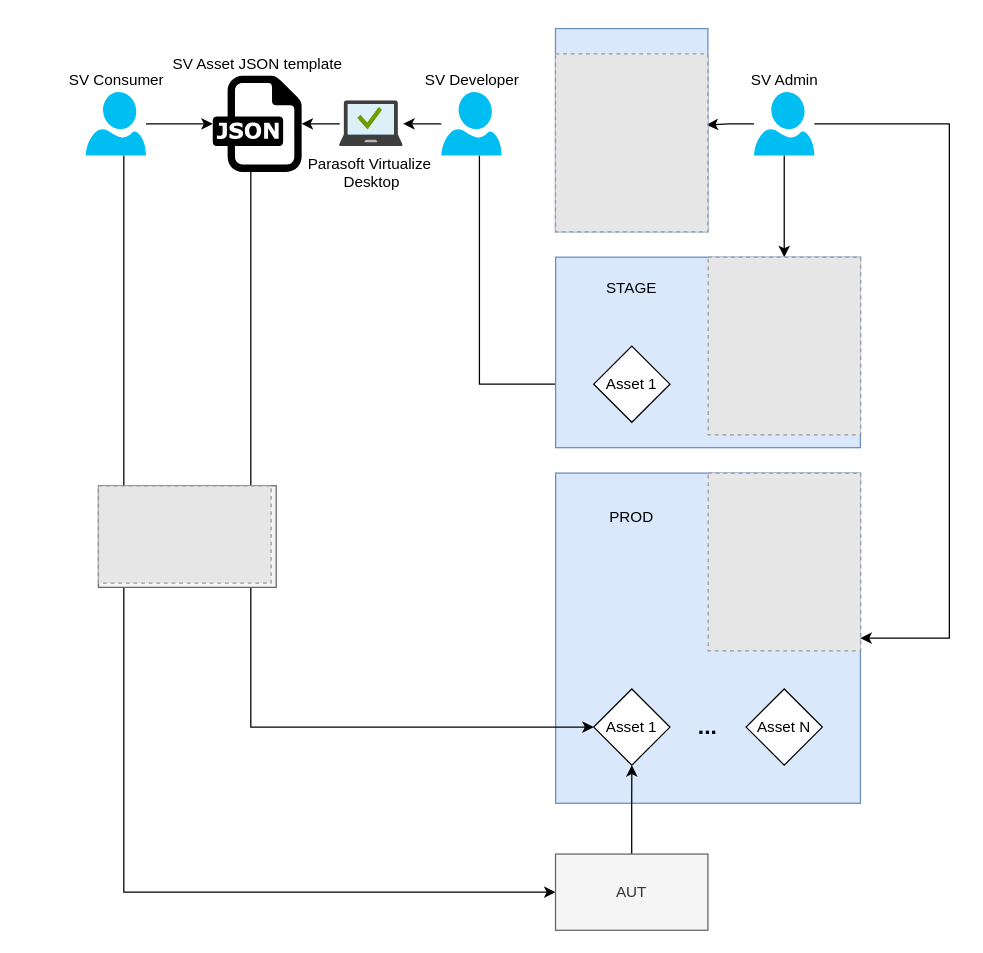
gtrofimov/draw-io-projects keeps this draw.io diagram as virt-decentrilized.drawio. Above is the earlier version. Source tidied: cells renumbered, new cells numbered last; positions are measured from the earlier drawing's top-left corner, leaving out a move shared by most shapes. Both pictures are drawn from the tidied source at 127%, with x=0, y=0 at pixel (85, 28). Pictures stored in the file or linked from it are replaced by grey dashed boxes.
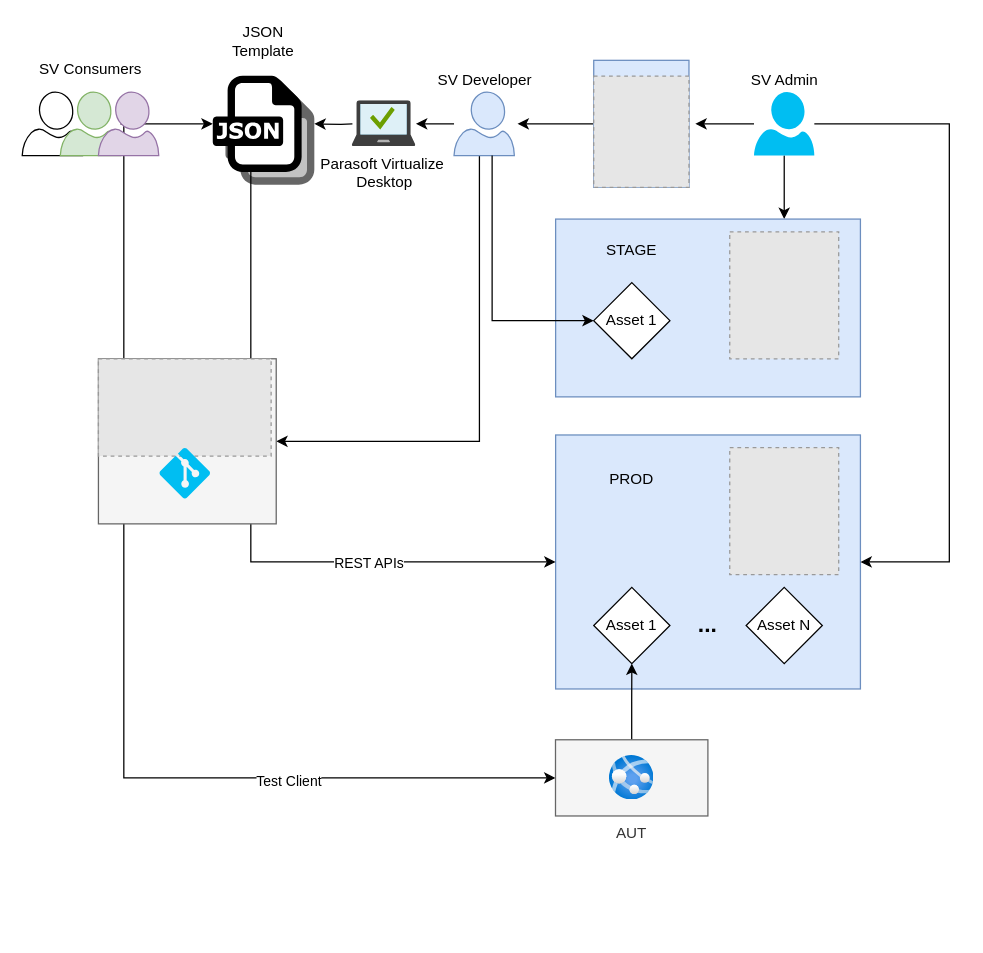
The same page after the edit.

The change refers to these unchanged cells:
```xml
<mxCell id="13" value="SV Admin" style="verticalLabelPosition=top;html=1;verticalAlign=bottom;align=center;strokeColor=none;fillColor=#00BEF2;shape=mxgraph.azure.user;labelPosition=center;" parent="1" vertex="1">
  <mxGeometry x="526.2" y="50" width="47.5" height="50" as="geometry" />
</mxCell>
```

Change to the diagram source:
```diff
@@
+    <mxCell id="34" style="dashed=0;html=1;align=center;labelPosition=center;verticalLabelPosition=top;verticalAlign=bottom;shape=mxgraph.weblogos.json;opacity=60;" parent="1" vertex="1">
+      <mxGeometry x="110" y="47.1" width="70" height="75.8" as="geometry" />
+    </mxCell>
     <mxCell id="2" style="rounded=0;whiteSpace=wrap;html=1;fillColor=#dae8fc;strokeColor=#6c8ebf;" parent="1" vertex="1">
-      <mxGeometry x="370" y="350" width="240" height="260" as="geometry" />
+      <mxGeometry x="370" y="320" width="240" height="200" as="geometry" />
     </mxCell>
-    <mxCell id="3" style="edgeStyle=orthogonalEdgeStyle;rounded=0;jettySize=auto;html=1;entryX=0;entryY=0.5;entryDx=0;entryDy=0;" parent="1" edge="1" target="19">
+    <mxCell id="3" style="edgeStyle=orthogonalEdgeStyle;rounded=0;jettySize=auto;html=1;entryX=0;entryY=0.5;entryDx=0;entryDy=0;" parent="1" edge="1" target="2">
       <mxGeometry relative="1" as="geometry">
-        <mxPoint x="130" y="112.9" as="sourcePoint" />
+        <mxPoint x="130" y="100" as="sourcePoint" />
         <Array as="points">
-          <mxPoint x="130" y="550" />
+          <mxPoint x="130" y="420" />
         </Array>
       </mxGeometry>
     </mxCell>
+    <mxCell id="35" value="REST APIs" style="edgeLabel;html=1;align=center;verticalAlign=middle;" parent="3" vertex="1">
+      <mxGeometry x="0.47" relative="1" as="geometry" />
+    </mxCell>
@@
     <mxCell id="5" style="edgeStyle=orthogonalEdgeStyle;rounded=0;jettySize=auto;html=1;entryX=0;entryY=0.5;entryDx=0;entryDy=0;" parent="1" edge="1" source="6" target="23">
       <mxGeometry relative="1" as="geometry">
         <Array as="points">
-          <mxPoint x="30" y="680" />
+          <mxPoint x="30" y="75" />
+          <mxPoint x="30" y="590" />
         </Array>
       </mxGeometry>
     </mxCell>
-    <mxCell id="6" value="SV Consumer" style="verticalLabelPosition=top;html=1;verticalAlign=bottom;align=center;strokeColor=none;fillColor=#00BEF2;shape=mxgraph.azure.user;labelPosition=center;" parent="1" vertex="1">
-      <mxGeometry y="50" width="47.5" height="50" as="geometry" />
-    </mxCell>
+    <mxCell id="36" value="Test Client" style="edgeLabel;html=1;align=center;verticalAlign=middle;" parent="5" vertex="1">
+      <mxGeometry x="0.51" y="-2" relative="1" as="geometry" />
+    </mxCell>
@@
-    <mxCell id="8" value="&lt;span style=&quot;background-color: initial;&quot;&gt;SV Asset JSON template&lt;/span&gt;" style="dashed=0;outlineConnect=0;html=1;align=center;labelPosition=center;verticalLabelPosition=top;verticalAlign=bottom;shape=mxgraph.weblogos.json;" parent="1" vertex="1">
+    <mxCell id="8" style="dashed=0;outlineConnect=0;html=1;align=center;labelPosition=center;verticalLabelPosition=top;verticalAlign=bottom;shape=mxgraph.weblogos.json;" parent="1" vertex="1">
       <mxGeometry x="100" y="37.1" width="70" height="75.8" as="geometry" />
     </mxCell>
     <mxCell id="9" style="fillColor=#E6E6E6;strokeColor=#999999;dashed=1;verticalLabelPosition=bottom;verticalAlign=top;" parent="1" vertex="1">
-      <mxGeometry x="490.1" y="350" width="120.1" height="140" as="geometry" />
+      <mxGeometry x="507.1" y="330" width="85.8" height="100" as="geometry" />
     </mxCell>
-    <mxCell id="10" style="edgeStyle=orthogonalEdgeStyle;rounded=0;jettySize=auto;html=1;entryX=0.992;entryY=0.399;entryDx=0;entryDy=0;entryPerimeter=0;" parent="1" edge="1" source="13" target="16">
-      <mxGeometry relative="1" as="geometry" />
-    </mxCell>
     <mxCell id="11" style="edgeStyle=orthogonalEdgeStyle;rounded=0;jettySize=auto;html=1;entryX=1;entryY=0.5;entryDx=0;entryDy=0;" parent="1" edge="1" source="13" target="2">
       <mxGeometry relative="1" as="geometry">
         <Array as="points">
           <mxPoint x="680" y="75" />
-          <mxPoint x="680" y="480" />
+          <mxPoint x="680" y="420" />
         </Array>
       </mxGeometry>
     </mxCell>
@@
+    <mxCell id="37" style="edgeStyle=orthogonalEdgeStyle;rounded=0;jettySize=auto;html=1;" parent="1" edge="1" source="13">
+      <mxGeometry relative="1" as="geometry">
+        <mxPoint x="480" y="75" as="targetPoint" />
+      </mxGeometry>
+    </mxCell>
@@
     <mxCell id="14" style="group;" parent="1" vertex="1">
-      <mxGeometry x="369.9" width="120" height="160" as="geometry" />
+      <mxGeometry x="400" y="25" width="75" height="100" as="geometry" />
     </mxCell>
+    <mxCell id="38" style="edgeStyle=orthogonalEdgeStyle;rounded=0;jettySize=auto;html=1;" parent="14" edge="1" source="15">
+      <mxGeometry relative="1" as="geometry">
+        <mxPoint x="-60" y="50" as="targetPoint" />
+      </mxGeometry>
+    </mxCell>
     <mxCell id="15" style="rounded=0;whiteSpace=wrap;html=1;fillColor=#dae8fc;strokeColor=#6c8ebf;" parent="14" vertex="1">
-      <mxGeometry width="120" height="160" as="geometry" />
+      <mxGeometry width="75" height="100" as="geometry" />
     </mxCell>
     <mxCell id="16" style="fillColor=#E6E6E6;strokeColor=#999999;dashed=1;verticalLabelPosition=bottom;verticalAlign=top;" parent="14" vertex="1">
-      <mxGeometry y="20" width="120" height="140" as="geometry" />
+      <mxGeometry y="12.5" width="75" height="87.5" as="geometry" />
     </mxCell>
-    <mxCell id="17" style="edgeStyle=orthogonalEdgeStyle;rounded=0;jettySize=auto;html=1;entryX=0;entryY=0.5;entryDx=0;entryDy=0;" parent="1" edge="1" source="18" target="33">
-      <mxGeometry relative="1" as="geometry">
-        <Array as="points">
-          <mxPoint x="310" y="280" />
-        </Array>
-      </mxGeometry>
-    </mxCell>
+    <mxCell id="39" style="edgeStyle=orthogonalEdgeStyle;rounded=0;jettySize=auto;html=1;entryX=1;entryY=0.5;entryDx=0;entryDy=0;" parent="1" edge="1" source="18" target="25">
+      <mxGeometry relative="1" as="geometry">
+        <Array as="points">
+          <mxPoint x="310" y="325" />
+        </Array>
+      </mxGeometry>
+    </mxCell>
-    <mxCell id="18" value="SV Developer" style="verticalLabelPosition=top;html=1;verticalAlign=bottom;align=center;strokeColor=none;fillColor=#00BEF2;shape=mxgraph.azure.user;labelPosition=center;" parent="1" vertex="1">
-      <mxGeometry x="280" y="50" width="47.5" height="50" as="geometry" />
+    <mxCell id="18" value="SV Developer" style="verticalLabelPosition=top;html=1;verticalAlign=bottom;align=center;strokeColor=#6c8ebf;fillColor=#dae8fc;shape=mxgraph.azure.user;labelPosition=center;" parent="1" vertex="1">
+      <mxGeometry x="290" y="50" width="47.5" height="50" as="geometry" />
     </mxCell>
     <mxCell id="19" value="Asset 1" style="rhombus;whiteSpace=wrap;html=1;" parent="1" vertex="1">
-      <mxGeometry x="400" y="520" width="60" height="60" as="geometry" />
+      <mxGeometry x="400" y="440" width="60" height="60" as="geometry" />
     </mxCell>
     <mxCell id="20" value="Asset N" style="rhombus;whiteSpace=wrap;html=1;" parent="1" vertex="1">
-      <mxGeometry x="520" y="520" width="60" height="60" as="geometry" />
+      <mxGeometry x="520" y="440" width="60" height="60" as="geometry" />
     </mxCell>
     <mxCell id="21" value="&lt;b&gt;&lt;font style=&quot;font-size: 18px;&quot;&gt;...&lt;/font&gt;&lt;/b&gt;" style="text;html=1;align=center;verticalAlign=middle;whiteSpace=wrap;rounded=0;" parent="1" vertex="1">
-      <mxGeometry x="460" y="535" width="60" height="30" as="geometry" />
+      <mxGeometry x="460" y="455" width="60" height="30" as="geometry" />
     </mxCell>
@@
-    <mxCell id="23" value="AUT" style="rounded=0;whiteSpace=wrap;html=1;fillColor=#f5f5f5;fontColor=#333333;strokeColor=#666666;" parent="1" vertex="1">
-      <mxGeometry x="369.9" y="650" width="120" height="60" as="geometry" />
+    <mxCell id="23" value="AUT" style="rounded=0;whiteSpace=wrap;html=1;fillColor=#f5f5f5;fontColor=#333333;strokeColor=#666666;labelPosition=center;verticalLabelPosition=bottom;align=center;verticalAlign=top;" parent="1" vertex="1">
+      <mxGeometry x="369.9" y="560" width="120" height="60" as="geometry" />
     </mxCell>
     <mxCell id="24" style="group;" parent="1" vertex="1">
-      <mxGeometry x="10" y="360" width="140" height="80" as="geometry" />
+      <mxGeometry x="10" y="260" width="140" height="130" as="geometry" />
     </mxCell>
     <mxCell id="25" style="rounded=0;whiteSpace=wrap;html=1;fillColor=#f5f5f5;strokeColor=#666666;fontColor=#333333;" parent="24" vertex="1">
-      <mxGeometry width="140" height="80" as="geometry" />
+      <mxGeometry width="140" height="130" as="geometry" />
     </mxCell>
@@
+    <mxCell id="40" style="verticalLabelPosition=bottom;html=1;verticalAlign=top;align=center;strokeColor=none;fillColor=#00BEF2;shape=mxgraph.azure.git_repository;" parent="24" vertex="1">
+      <mxGeometry x="48" y="70" width="40" height="40" as="geometry" />
+    </mxCell>
-    <mxCell id="27" style="edgeStyle=orthogonalEdgeStyle;rounded=0;jettySize=auto;html=1;startArrow=classic;startFill=1;endArrow=none;endFill=0;" parent="1" edge="1" source="8" target="28">
-      <mxGeometry relative="1" as="geometry" />
+    <mxCell id="27" style="edgeStyle=orthogonalEdgeStyle;rounded=0;jettySize=auto;html=1;startArrow=classic;startFill=1;endArrow=none;endFill=0;" parent="1" edge="1" target="28">
+      <mxGeometry relative="1" as="geometry">
+        <mxPoint x="180" y="75" as="sourcePoint" />
+      </mxGeometry>
     </mxCell>
     <mxCell id="28" value="Parasoft Virtualize&amp;nbsp;&lt;div&gt;Desktop&lt;/div&gt;" style="image;sketch=0;html=1;points=[];align=center;fontSize=12;image=img/lib/mscae/Managed_Desktop.svg;" parent="1" vertex="1">
-      <mxGeometry x="200" y="57" width="50" height="36" as="geometry" />
+      <mxGeometry x="210" y="57" width="50" height="36" as="geometry" />
     </mxCell>
     <mxCell id="29" style="rounded=0;whiteSpace=wrap;html=1;fillColor=#dae8fc;strokeColor=#6c8ebf;" parent="1" vertex="1">
-      <mxGeometry x="370" y="180" width="240" height="150" as="geometry" />
+      <mxGeometry x="370" y="150" width="240" height="140" as="geometry" />
     </mxCell>
     <mxCell id="30" style="fillColor=#E6E6E6;strokeColor=#999999;dashed=1;verticalLabelPosition=bottom;verticalAlign=top;" parent="1" vertex="1">
-      <mxGeometry x="490.1" y="180" width="120.1" height="140" as="geometry" />
+      <mxGeometry x="507.1" y="160" width="85.8" height="100" as="geometry" />
     </mxCell>
     <mxCell id="31" value="PROD" style="text;html=1;align=center;verticalAlign=middle;whiteSpace=wrap;rounded=0;" parent="1" vertex="1">
-      <mxGeometry x="399.9" y="370" width="60" height="30" as="geometry" />
+      <mxGeometry x="399.9" y="340" width="60" height="30" as="geometry" />
     </mxCell>
     <mxCell id="32" value="STAGE" style="text;html=1;align=center;verticalAlign=middle;whiteSpace=wrap;rounded=0;" parent="1" vertex="1">
-      <mxGeometry x="399.9" y="190" width="60" height="30" as="geometry" />
+      <mxGeometry x="399.9" y="160" width="60" height="30" as="geometry" />
     </mxCell>
     <mxCell id="33" value="Asset 1" style="rhombus;whiteSpace=wrap;html=1;" parent="1" vertex="1">
-      <mxGeometry x="400" y="250" width="60" height="60" as="geometry" />
+      <mxGeometry x="400" y="200" width="60" height="60" as="geometry" />
     </mxCell>
+    <mxCell id="41" style="verticalLabelPosition=top;html=1;verticalAlign=bottom;align=center;shape=mxgraph.azure.user;labelPosition=center;" parent="1" vertex="1">
+      <mxGeometry x="-50" y="50" width="47.5" height="50" as="geometry" />
+    </mxCell>
+    <mxCell id="6" style="verticalLabelPosition=top;html=1;verticalAlign=bottom;align=center;strokeColor=#82b366;fillColor=#d5e8d4;shape=mxgraph.azure.user;labelPosition=center;" parent="1" vertex="1">
+      <mxGeometry x="-20" y="50" width="47.5" height="50" as="geometry" />
+    </mxCell>
+    <mxCell id="42" style="verticalLabelPosition=top;html=1;verticalAlign=bottom;align=center;strokeColor=#9673a6;fillColor=#e1d5e7;shape=mxgraph.azure.user;labelPosition=center;" parent="1" vertex="1">
+      <mxGeometry x="10" y="50" width="47.5" height="50" as="geometry" />
+    </mxCell>
+    <mxCell id="43" value="SV Consumers" style="text;html=1;align=center;verticalAlign=middle;whiteSpace=wrap;rounded=0;" parent="1" vertex="1">
+      <mxGeometry x="-39.4" y="17.1" width="86.2" height="30" as="geometry" />
+    </mxCell>
+    <mxCell id="44" value="JSON Template" style="text;html=1;align=center;verticalAlign=middle;whiteSpace=wrap;rounded=0;" parent="1" vertex="1">
+      <mxGeometry x="110" y="-5" width="60" height="30" as="geometry" />
+    </mxCell>
+    <mxCell id="17" style="edgeStyle=orthogonalEdgeStyle;rounded=0;jettySize=auto;html=1;entryX=0;entryY=0.5;entryDx=0;entryDy=0;" parent="1" edge="1" source="18" target="33">
+      <mxGeometry relative="1" as="geometry">
+        <Array as="points">
+          <mxPoint x="320" y="230" />
+        </Array>
+      </mxGeometry>
+    </mxCell>
+    <mxCell id="45" style="image;html=1;align=center;fontSize=12;image=img/lib/azure2/compute/App_Services.svg;" parent="1" vertex="1">
+      <mxGeometry x="412.5" y="572.5" width="35" height="35" as="geometry" />
+    </mxCell>
```
